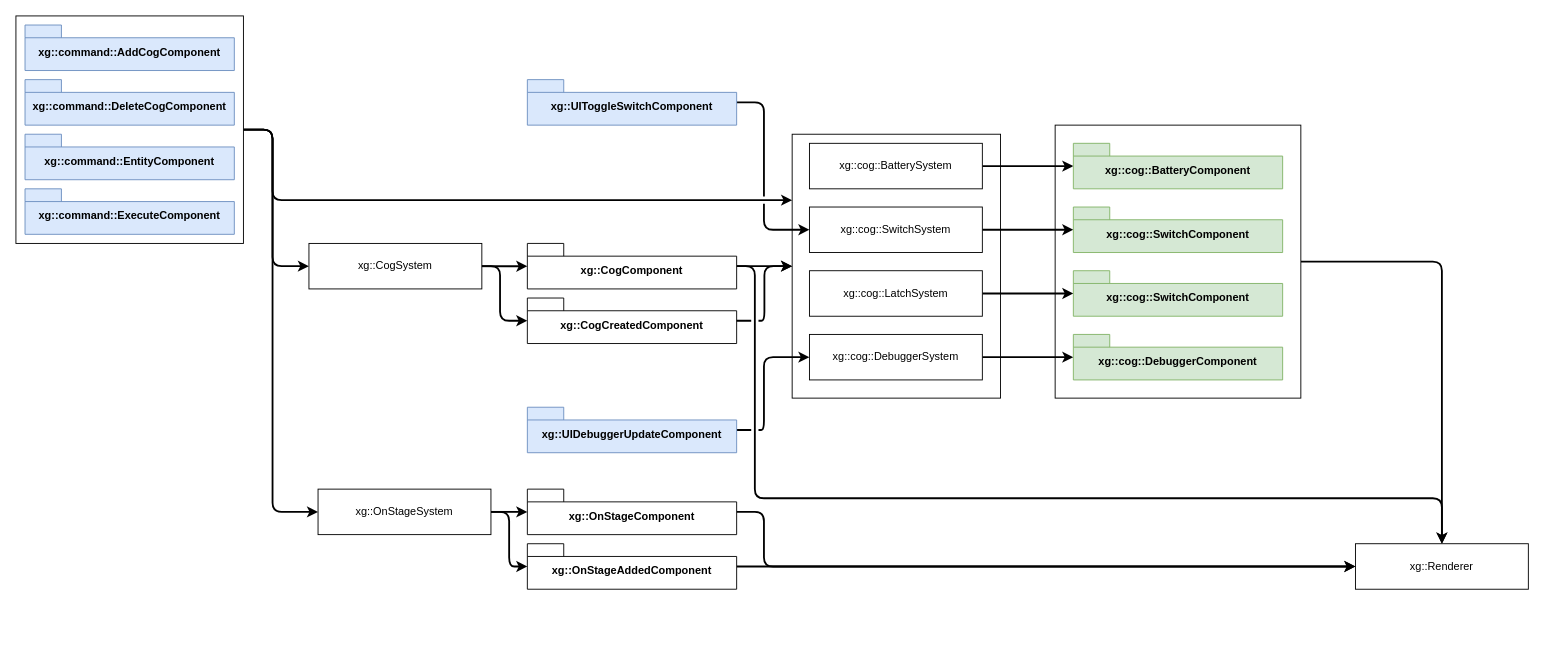
Above: design/cog.drawio in djfooks-kl/breadboard (draw.io), before the change. Source tidied: cells renumbered, new cells numbered last; positions are measured from the earlier drawing's top-left corner, leaving out a move shared by most shapes. Both pictures are drawn from the tidied source at 91%, with x=0, y=0 at pixel (15, 15).
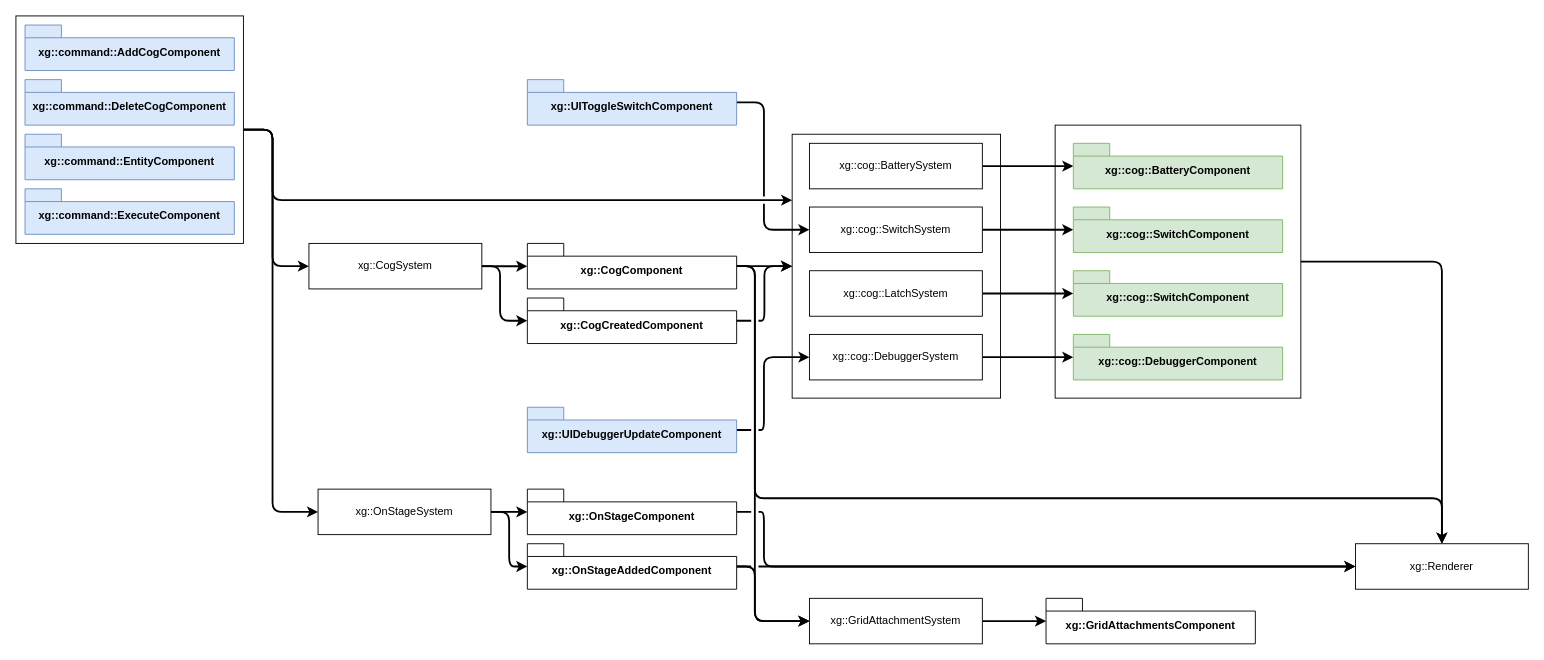
The same page after the edit.

The change refers to these unchanged cells:
```xml
<mxCell id="15" value="xg::CogComponent" style="shape=folder;fontStyle=1;spacingTop=10;tabWidth=40;tabHeight=14;tabPosition=left;html=1;whiteSpace=wrap;" parent="1" vertex="1">
  <mxGeometry x="562" y="250" width="230" height="50" as="geometry" />
</mxCell>
<mxCell id="44" value="xg::OnStageAddedComponent" style="shape=folder;fontStyle=1;spacingTop=10;tabWidth=40;tabHeight=14;tabPosition=left;html=1;whiteSpace=wrap;" parent="1" vertex="1">
  <mxGeometry x="562" y="580" width="230" height="50" as="geometry" />
</mxCell>
```

Change to the diagram source:
```diff
@@
+    <mxCell id="45" style="edgeStyle=orthogonalEdgeStyle;shape=connector;curved=0;rounded=1;jumpStyle=gap;jettySize=auto;html=1;strokeColor=default;strokeWidth=2;align=center;verticalAlign=middle;fontFamily=Helvetica;fontSize=11;fontColor=default;labelBackgroundColor=default;endArrow=classic;" parent="1" edge="1" source="15" target="48">
+      <mxGeometry relative="1" as="geometry">
+        <Array as="points">
+          <mxPoint x="812" y="275" />
+          <mxPoint x="812" y="665" />
+        </Array>
+      </mxGeometry>
+    </mxCell>
@@
+    <mxCell id="46" style="edgeStyle=orthogonalEdgeStyle;shape=connector;curved=0;rounded=1;jumpStyle=gap;jettySize=auto;html=1;strokeColor=default;strokeWidth=2;align=center;verticalAlign=middle;fontFamily=Helvetica;fontSize=11;fontColor=default;labelBackgroundColor=default;endArrow=classic;" parent="1" edge="1" source="44" target="48">
+      <mxGeometry relative="1" as="geometry">
+        <Array as="points">
+          <mxPoint x="812" y="605" />
+          <mxPoint x="812" y="665" />
+        </Array>
+      </mxGeometry>
+    </mxCell>
@@
+    <mxCell id="47" style="edgeStyle=orthogonalEdgeStyle;shape=connector;curved=0;rounded=1;jumpStyle=gap;jettySize=auto;html=1;strokeColor=default;strokeWidth=2;align=center;verticalAlign=middle;fontFamily=Helvetica;fontSize=11;fontColor=default;labelBackgroundColor=default;endArrow=classic;" parent="1" edge="1" source="48" target="49">
+      <mxGeometry relative="1" as="geometry" />
+    </mxCell>
+    <mxCell id="48" value="xg::GridAttachmentSystem" style="html=1;whiteSpace=wrap;" parent="1" vertex="1">
+      <mxGeometry x="872" y="640" width="190" height="50" as="geometry" />
+    </mxCell>
+    <mxCell id="49" value="xg::GridAttachmentsComponent" style="shape=folder;fontStyle=1;spacingTop=10;tabWidth=40;tabHeight=14;tabPosition=left;html=1;whiteSpace=wrap;" parent="1" vertex="1">
+      <mxGeometry x="1132" y="640" width="230" height="50" as="geometry" />
+    </mxCell>
```
